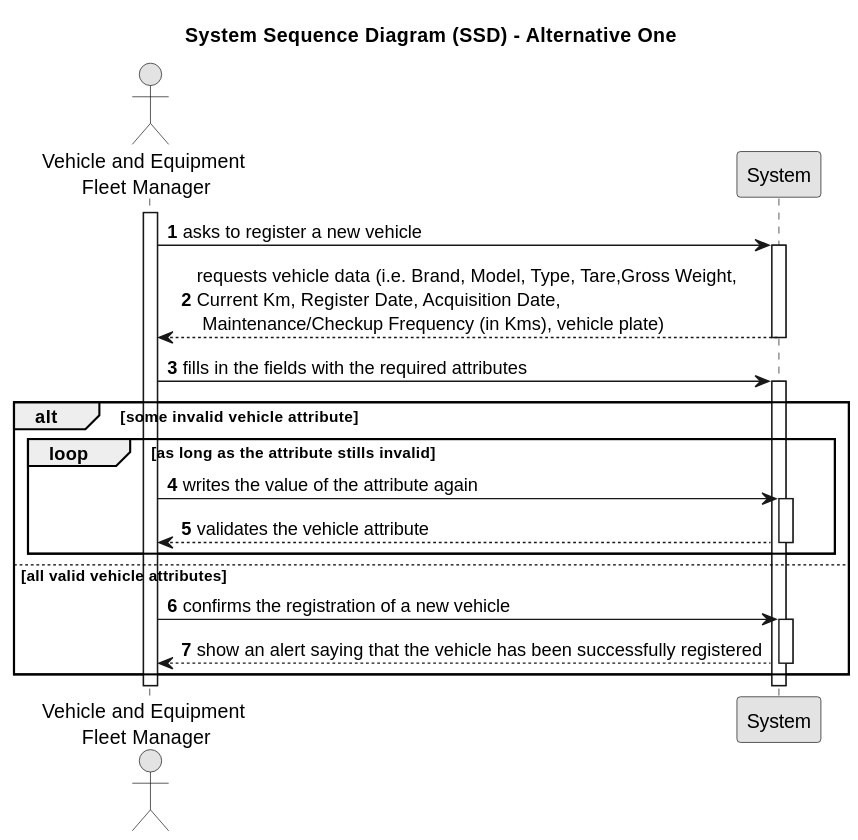
The PlantUML diagram docs/sprintA/us006/01.requirements-engineering/svg/us006-system-sequence-diagram-alternative-one.svg in 1231360-ISEP/lei-24-s2-1db-g021, before a commit. Source of this version:
```plantuml
@startuml
skinparam monochrome true
skinparam packageStyle rectangle
skinparam shadowing false

title System Sequence Diagram (SSD) - Alternative One

autonumber

actor "Vehicle and Equipment \nFleet Manager" as VFM
participant "System" as System

activate VFM


    VFM -> System : asks to register a new vehicle
    activate System

        System --> VFM : requests vehicle data (i.e. Brand, Model, Type, Tare,Gross Weight, \nCurrent Km, Register Date, Acquisition Date,\n Maintenance/Checkup Frequency (in Kms), vehicle plate)
    deactivate System

    VFM -> System : fills in the fields with the required attributes
    activate System

    alt some invalid vehicle attribute
        loop as long as the attribute stills invalid
               VFM -> System : writes the value of the attribute again
                    activate System

                        System --> VFM : validates the vehicle attribute
                    deactivate System
        end
    else all valid vehicle attributes
        VFM -> System : confirms the registration of a new vehicle
            activate System

        System --> VFM : show an alert saying that the vehicle has been successfully registered
            deactivate System
    end
@enduml
```
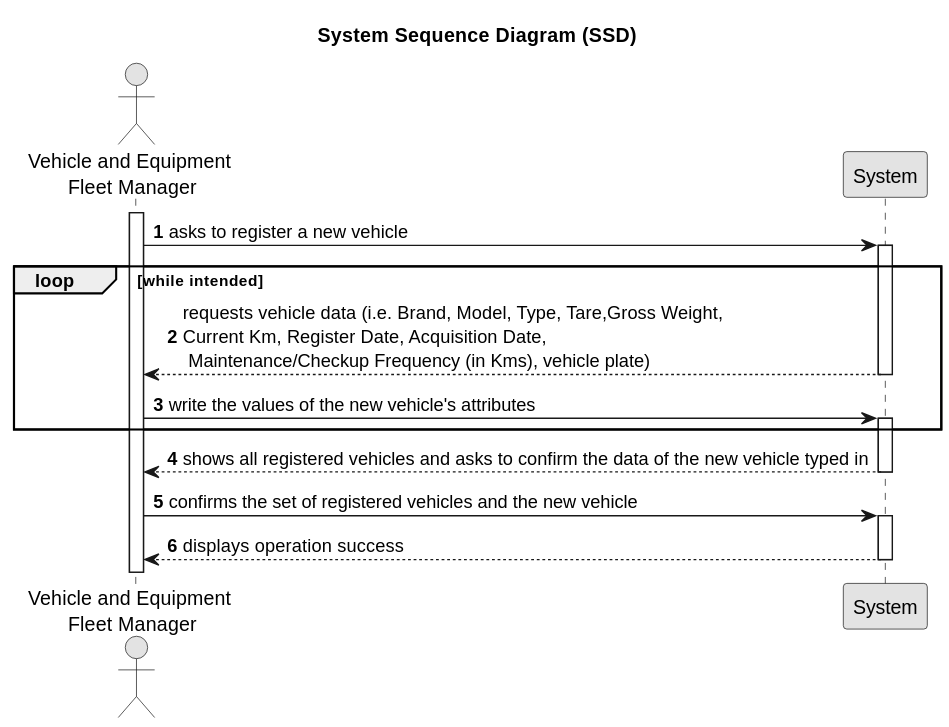
Later version of the same file.

What changed in the source:
```diff
@@ -3,7 +3,7 @@
 skinparam packageStyle rectangle
 skinparam shadowing false
 
-title System Sequence Diagram (SSD) - Alternative One
+title System Sequence Diagram (SSD)
 
 autonumber
 
@@ -12,29 +12,23 @@
 
 activate VFM
 
-
     VFM -> System : asks to register a new vehicle
     activate System
 
-        System --> VFM : requests vehicle data (i.e. Brand, Model, Type, Tare,Gross Weight, \nCurrent Km, Register Date, Acquisition Date,\n Maintenance/Checkup Frequency (in Kms), vehicle plate)
+    loop while intended
+            System --> VFM : requests vehicle data (i.e. Brand, Model, Type, Tare,Gross Weight, \nCurrent Km, Register Date, Acquisition Date,\n Maintenance/Checkup Frequency (in Kms), vehicle plate)
+        deactivate System
+
+        VFM -> System : write the values of the new vehicle's attributes
+        activate System
+    end
+
+        System --> VFM : shows all registered vehicles and asks to confirm the data of the new vehicle typed in
     deactivate System
 
-    VFM -> System : fills in the fields with the required attributes
+    VFM -> System : confirms the set of registered vehicles and the new vehicle
     activate System
 
-    alt some invalid vehicle attribute
-        loop as long as the attribute stills invalid
-               VFM -> System : writes the value of the attribute again
-                    activate System
-
-                        System --> VFM : validates the vehicle attribute
-                    deactivate System
-        end
-    else all valid vehicle attributes
-        VFM -> System : confirms the registration of a new vehicle
-            activate System
-
-        System --> VFM : show an alert saying that the vehicle has been successfully registered
-            deactivate System
-    end
+    System --> VFM : displays operation success
+    deactivate System
 @enduml
```
